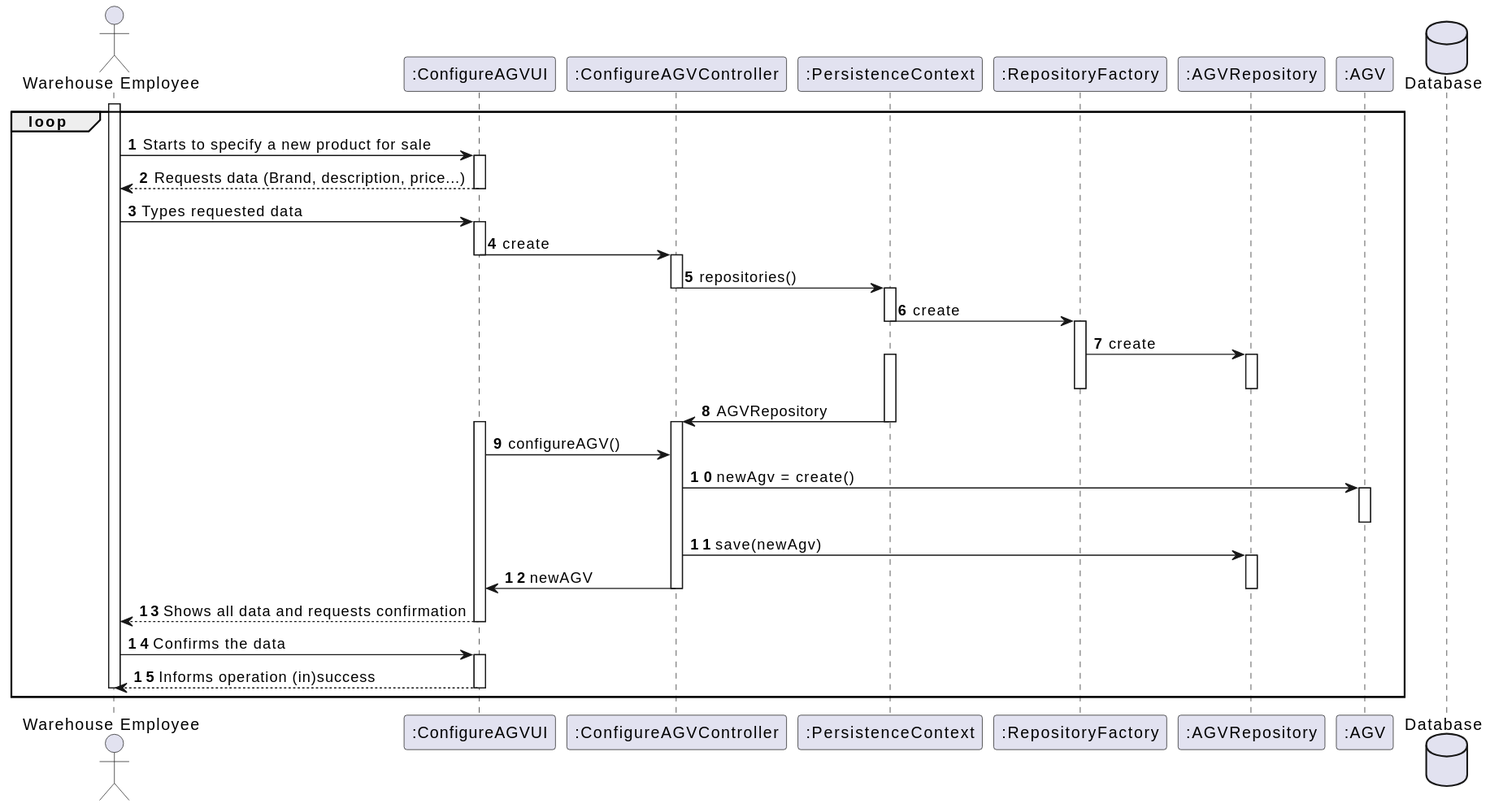
Above: docs/Sprint2/US2002/US2002_SD.svg in marttuga/LAPR4-SmartSystems (PlantUML), before the change.
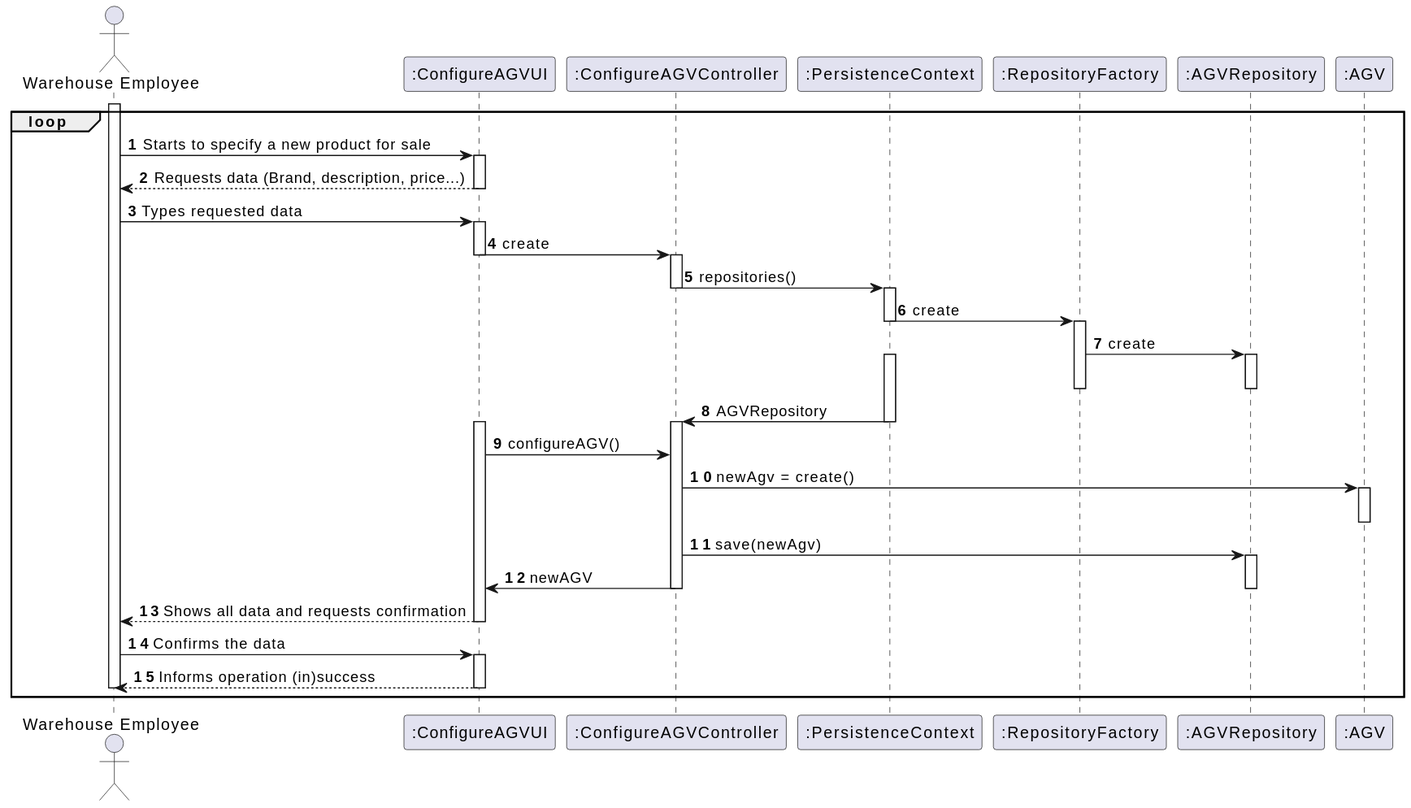
After the change.

What changed in the source:
```diff
@@ -73,5 +73,4 @@
 
 deactivate WE
 end loop
-database "Database" as DB
 @enduml
```
